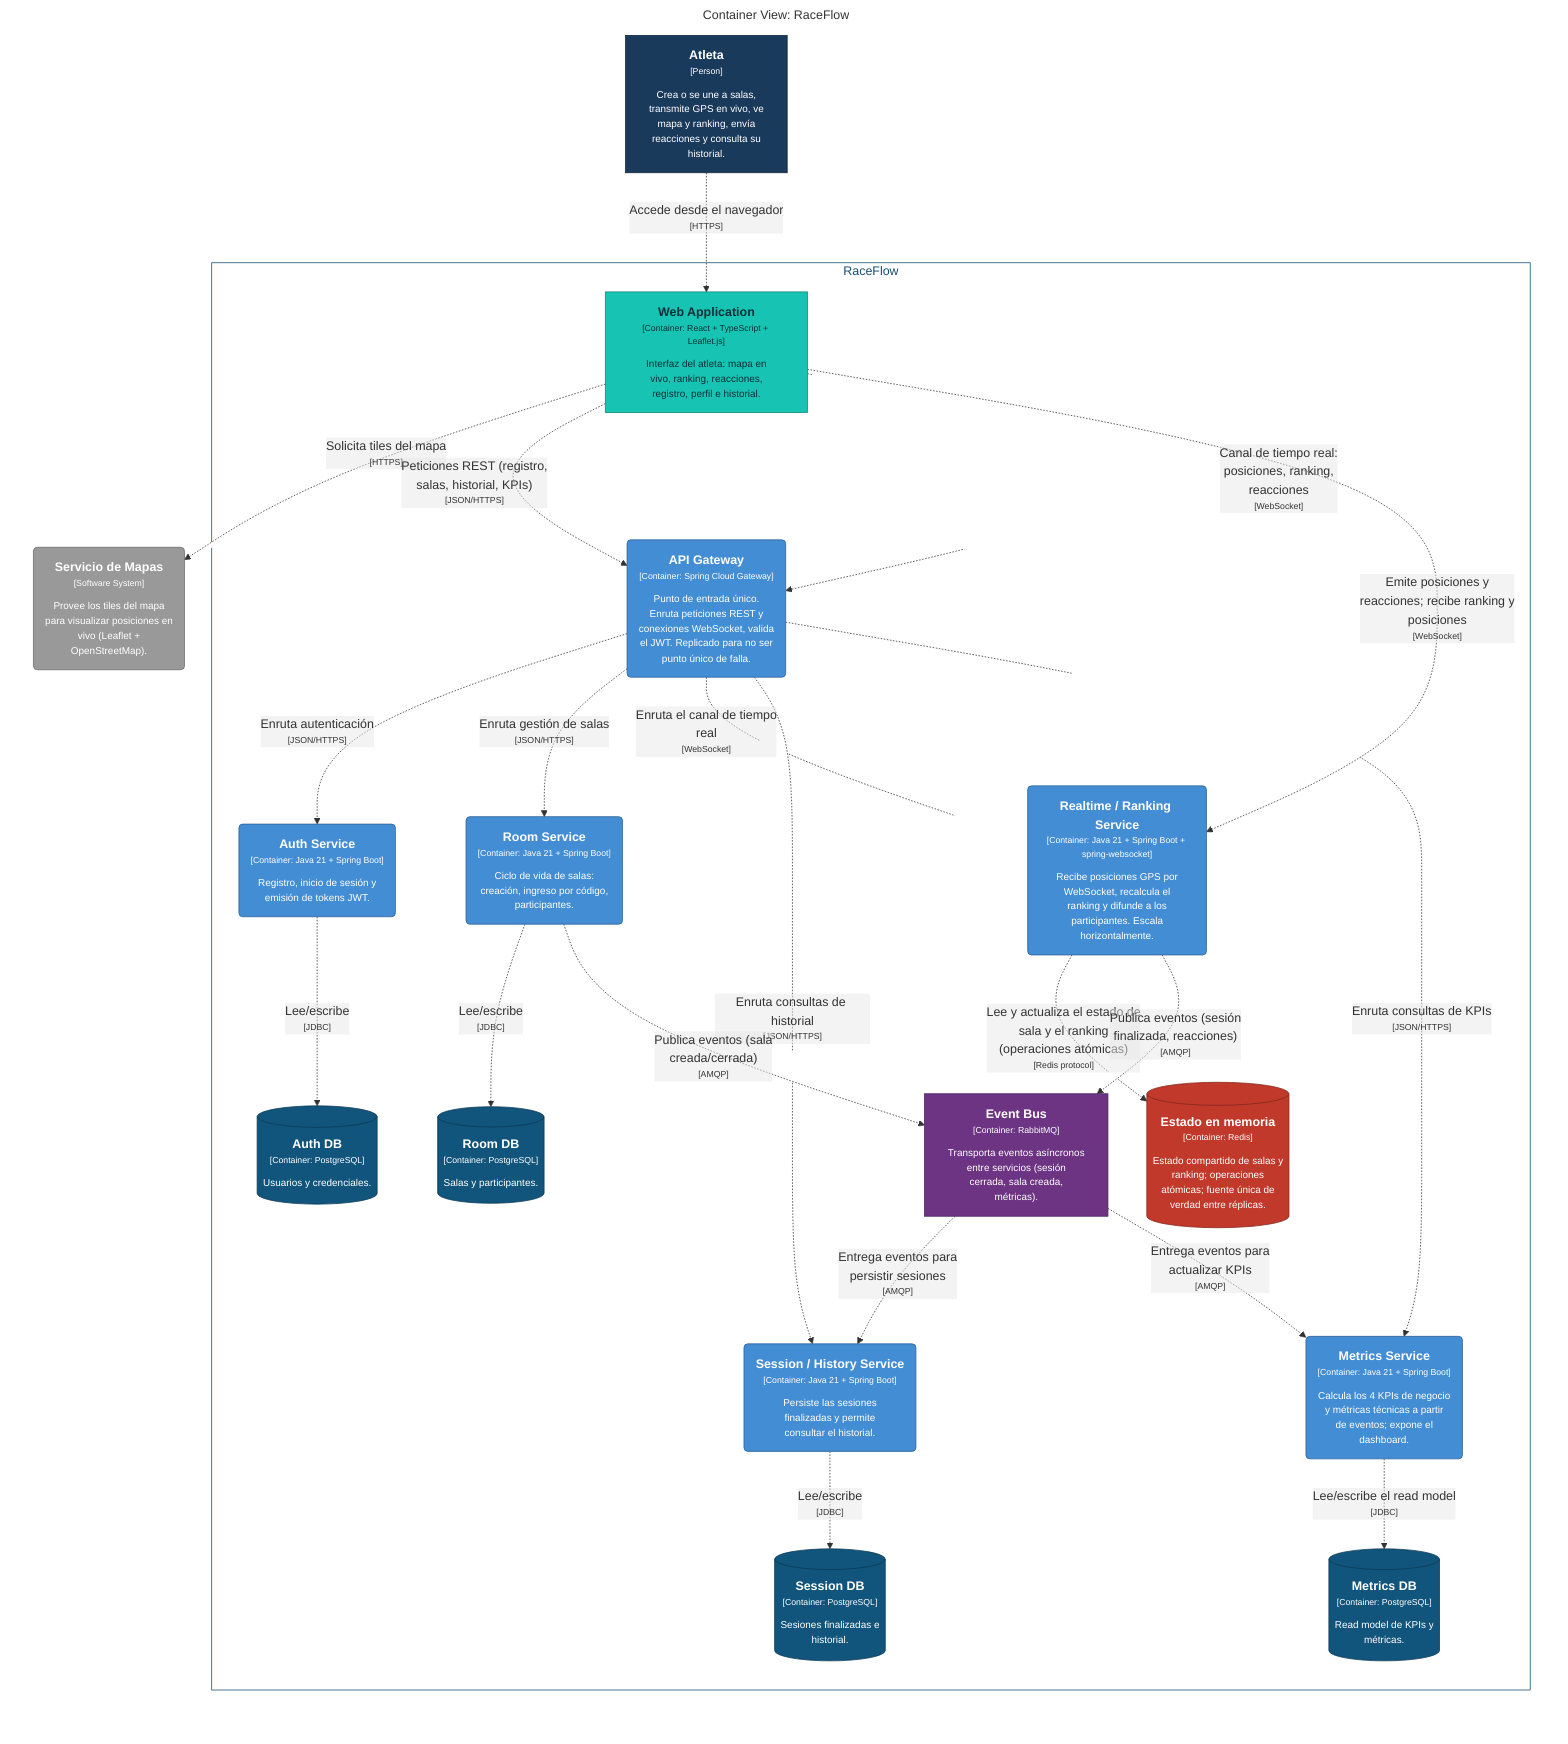
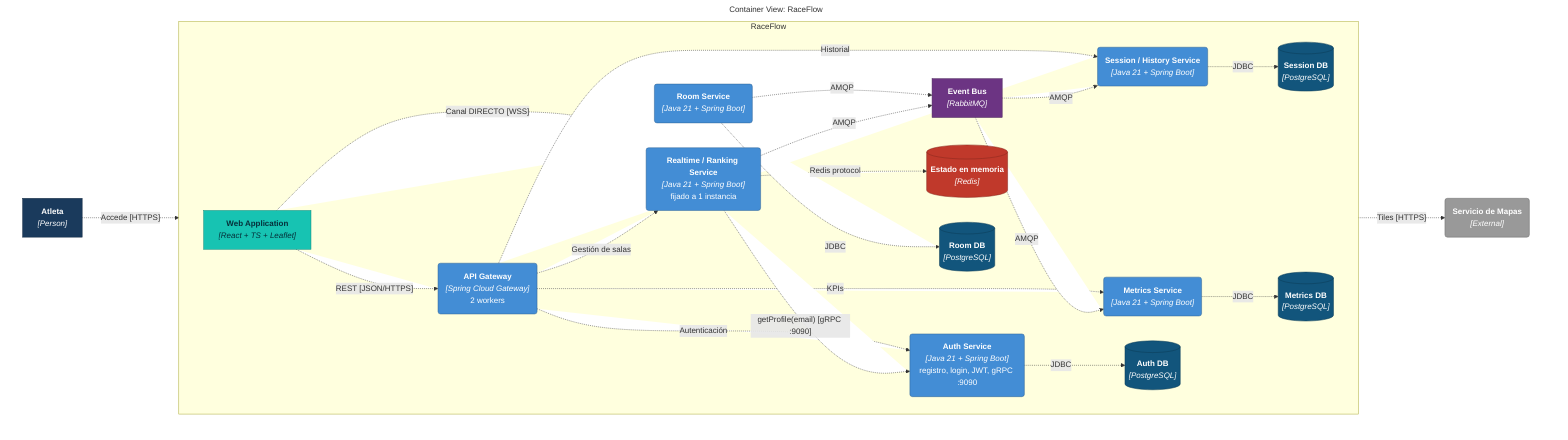
graph LR
  linkStyle default fill:#ffffff

  subgraph diagram ["Container View: RaceFlow"]
+     direction LR
    style diagram fill:#ffffff,stroke:#ffffff

-     1["<div style='font-weight: bold'>Atleta</div><div style='font-size: 70%; margin-top: 0px'>[Person]</div><div style='font-size: 80%; margin-top:10px'>Crea o se une a salas,<br />transmite GPS en vivo, ve<br />mapa y ranking, envía<br />reacciones y consulta su<br />historial.</div>"]
+     1["<b>Atleta</b><br/><i>[Person]</i>"]
    style 1 fill:#1a3a5c,stroke:#122840,color:#ffffff
-     2("<div style='font-weight: bold'>Servicio de Mapas</div><div style='font-size: 70%; margin-top: 0px'>[Software System]</div><div style='font-size: 80%; margin-top:10px'>Provee los tiles del mapa<br />para visualizar posiciones en<br />vivo (Leaflet +<br />OpenStreetMap).</div>")
+     2("<b>Servicio de Mapas</b><br/><i>[External]</i>")
    style 2 fill:#999999,stroke:#6b6b6b,color:#ffffff

    subgraph 4 ["RaceFlow"]
-       style 4 fill:#ffffff,stroke:#194f72,color:#194f72
- 
-       16("<div style='font-weight: bold'>Session / History Service</div><div style='font-size: 70%; margin-top: 0px'>[Container: Java 21 + Spring Boot]</div><div style='font-size: 80%; margin-top:10px'>Persiste las sesiones<br />finalizadas y permite<br />consultar el historial.</div>")
+       direction LR
+       5["<b>Web Application</b><br/><i>[React + TS + Leaflet]</i>"]
+       style 5 fill:#17c3b2,stroke:#10887c,color:#06303a
+       6("<b>API Gateway</b><br/><i>[Spring Cloud Gateway]</i><br/>2 workers")
+       style 6 fill:#438dd5,stroke:#2e6295,color:#ffffff
+       7("<b>Auth Service</b><br/><i>[Java 21 + Spring Boot]</i><br/>registro, login, JWT, gRPC :9090")
+       style 7 fill:#438dd5,stroke:#2e6295,color:#ffffff
+       8("<b>Room Service</b><br/><i>[Java 21 + Spring Boot]</i>")
+       style 8 fill:#438dd5,stroke:#2e6295,color:#ffffff
+       9("<b>Realtime / Ranking Service</b><br/><i>[Java 21 + Spring Boot]</i><br/>fijado a 1 instancia")
+       style 9 fill:#438dd5,stroke:#2e6295,color:#ffffff
+       16("<b>Session / History Service</b><br/><i>[Java 21 + Spring Boot]</i>")
      style 16 fill:#438dd5,stroke:#2e6295,color:#ffffff
-       17("<div style='font-weight: bold'>Metrics Service</div><div style='font-size: 70%; margin-top: 0px'>[Container: Java 21 + Spring Boot]</div><div style='font-size: 80%; margin-top:10px'>Calcula los 4 KPIs de negocio<br />y métricas técnicas a partir<br />de eventos; expone el<br />dashboard.</div>")
+       17("<b>Metrics Service</b><br/><i>[Java 21 + Spring Boot]</i>")
      style 17 fill:#438dd5,stroke:#2e6295,color:#ffffff
-       18["<div style='font-weight: bold'>Event Bus</div><div style='font-size: 70%; margin-top: 0px'>[Container: RabbitMQ]</div><div style='font-size: 80%; margin-top:10px'>Transporta eventos asíncronos<br />entre servicios (sesión<br />cerrada, sala creada,<br />métricas).</div>"]
+       18["<b>Event Bus</b><br/><i>[RabbitMQ]</i>"]
      style 18 fill:#6c3483,stroke:#4b245b,color:#ffffff
-       19[("<div style='font-weight: bold'>Estado en memoria</div><div style='font-size: 70%; margin-top: 0px'>[Container: Redis]</div><div style='font-size: 80%; margin-top:10px'>Estado compartido de salas y<br />ranking; operaciones<br />atómicas; fuente única de<br />verdad entre réplicas.</div>")]
+       19[("<b>Estado en memoria</b><br/><i>[Redis]</i>")]
      style 19 fill:#c0392b,stroke:#86271e,color:#ffffff
-       20[("<div style='font-weight: bold'>Auth DB</div><div style='font-size: 70%; margin-top: 0px'>[Container: PostgreSQL]</div><div style='font-size: 80%; margin-top:10px'>Usuarios y credenciales.</div>")]
+       20[("<b>Auth DB</b><br/><i>[PostgreSQL]</i>")]
      style 20 fill:#12557c,stroke:#0c3b56,color:#ffffff
-       21[("<div style='font-weight: bold'>Room DB</div><div style='font-size: 70%; margin-top: 0px'>[Container: PostgreSQL]</div><div style='font-size: 80%; margin-top:10px'>Salas y participantes.</div>")]
+       21[("<b>Room DB</b><br/><i>[PostgreSQL]</i>")]
      style 21 fill:#12557c,stroke:#0c3b56,color:#ffffff
-       22[("<div style='font-weight: bold'>Session DB</div><div style='font-size: 70%; margin-top: 0px'>[Container: PostgreSQL]</div><div style='font-size: 80%; margin-top:10px'>Sesiones finalizadas e<br />historial.</div>")]
+       22[("<b>Session DB</b><br/><i>[PostgreSQL]</i>")]
      style 22 fill:#12557c,stroke:#0c3b56,color:#ffffff
-       23[("<div style='font-weight: bold'>Metrics DB</div><div style='font-size: 70%; margin-top: 0px'>[Container: PostgreSQL]</div><div style='font-size: 80%; margin-top:10px'>Read model de KPIs y<br />métricas.</div>")]
+       23[("<b>Metrics DB</b><br/><i>[PostgreSQL]</i>")]
      style 23 fill:#12557c,stroke:#0c3b56,color:#ffffff
-       5["<div style='font-weight: bold'>Web Application</div><div style='font-size: 70%; margin-top: 0px'>[Container: React + TypeScript + Leaflet.js]</div><div style='font-size: 80%; margin-top:10px'>Interfaz del atleta: mapa en<br />vivo, ranking, reacciones,<br />registro, perfil e historial.</div>"]
-       style 5 fill:#17c3b2,stroke:#10887c,color:#06303a
-       6("<div style='font-weight: bold'>API Gateway</div><div style='font-size: 70%; margin-top: 0px'>[Container: Spring Cloud Gateway]</div><div style='font-size: 80%; margin-top:10px'>Punto de entrada único.<br />Enruta peticiones REST y<br />conexiones WebSocket, valida<br />el JWT. Replicado para no ser<br />punto único de falla.</div>")
-       style 6 fill:#438dd5,stroke:#2e6295,color:#ffffff
-       7("<div style='font-weight: bold'>Auth Service</div><div style='font-size: 70%; margin-top: 0px'>[Container: Java 21 + Spring Boot]</div><div style='font-size: 80%; margin-top:10px'>Registro, inicio de sesión y<br />emisión de tokens JWT.</div>")
-       style 7 fill:#438dd5,stroke:#2e6295,color:#ffffff
-       8("<div style='font-weight: bold'>Room Service</div><div style='font-size: 70%; margin-top: 0px'>[Container: Java 21 + Spring Boot]</div><div style='font-size: 80%; margin-top:10px'>Ciclo de vida de salas:<br />creación, ingreso por código,<br />participantes.</div>")
-       style 8 fill:#438dd5,stroke:#2e6295,color:#ffffff
-       9("<div style='font-weight: bold'>Realtime / Ranking Service</div><div style='font-size: 70%; margin-top: 0px'>[Container: Java 21 + Spring Boot + spring-websocket]</div><div style='font-size: 80%; margin-top:10px'>Recibe posiciones GPS por<br />WebSocket, recalcula el<br />ranking y difunde a los<br />participantes. Escala<br />horizontalmente.</div>")
-       style 9 fill:#438dd5,stroke:#2e6295,color:#ffffff
    end

-     1-. "<div>Accede desde el navegador</div><div style='font-size: 70%'>[HTTPS]</div>" .->5
-     5-. "<div>Solicita tiles del mapa</div><div style='font-size: 70%'>[HTTPS]</div>" .->2
-     5-. "<div>Peticiones REST (registro,<br />salas, historial, KPIs)</div><div style='font-size: 70%'>[JSON/HTTPS]</div>" .->6
-     5-. "<div>Canal de tiempo real:<br />posiciones, ranking,<br />reacciones</div><div style='font-size: 70%'>[WebSocket]</div>" .->6
-     6-. "<div>Enruta autenticación</div><div style='font-size: 70%'>[JSON/HTTPS]</div>" .->7
-     6-. "<div>Enruta gestión de salas</div><div style='font-size: 70%'>[JSON/HTTPS]</div>" .->8
-     6-. "<div>Enruta el canal de tiempo<br />real</div><div style='font-size: 70%'>[WebSocket]</div>" .->9
-     6-. "<div>Enruta consultas de historial</div><div style='font-size: 70%'>[JSON/HTTPS]</div>" .->16
-     6-. "<div>Enruta consultas de KPIs</div><div style='font-size: 70%'>[JSON/HTTPS]</div>" .->17
-     9-. "<div>Lee y actualiza el estado de<br />sala y el ranking<br />(operaciones atómicas)</div><div style='font-size: 70%'>[Redis protocol]</div>" .->19
-     7-. "<div>Lee/escribe</div><div style='font-size: 70%'>[JDBC]</div>" .->20
-     8-. "<div>Lee/escribe</div><div style='font-size: 70%'>[JDBC]</div>" .->21
-     16-. "<div>Lee/escribe</div><div style='font-size: 70%'>[JDBC]</div>" .->22
-     17-. "<div>Lee/escribe el read model</div><div style='font-size: 70%'>[JDBC]</div>" .->23
-     8-. "<div>Publica eventos (sala<br />creada/cerrada)</div><div style='font-size: 70%'>[AMQP]</div>" .->18
-     9-. "<div>Publica eventos (sesión<br />finalizada, reacciones)</div><div style='font-size: 70%'>[AMQP]</div>" .->18
-     18-. "<div>Entrega eventos para<br />persistir sesiones</div><div style='font-size: 70%'>[AMQP]</div>" .->16
-     18-. "<div>Entrega eventos para<br />actualizar KPIs</div><div style='font-size: 70%'>[AMQP]</div>" .->17
-     5-. "<div>Emite posiciones y<br />reacciones; recibe ranking y<br />posiciones</div><div style='font-size: 70%'>[WebSocket]</div>" .->9
- 
-   end+     1 -. "Accede [HTTPS]" .-> 5
+     5 -. "Tiles [HTTPS]" .-> 2
+     5 -. "REST [JSON/HTTPS]" .-> 6
+     5 -. "Canal DIRECTO [WSS]" .-> 9
+     6 -. "Autenticación" .-> 7
+     6 -. "Gestión de salas" .-> 9
+     6 -. "Historial" .-> 16
+     6 -. "KPIs" .-> 17
+     9 -. "getProfile(email) [gRPC :9090]" .-> 7
+     9 -. "Redis protocol" .-> 19
+     7 -. "JDBC" .-> 20
+     8 -. "JDBC" .-> 21
+     16 -. "JDBC" .-> 22
+     17 -. "JDBC" .-> 23
+     8 -. "AMQP" .-> 18
+     9 -. "AMQP" .-> 18
+     18 -. "AMQP" .-> 16
+     18 -. "AMQP" .-> 17
+   end
